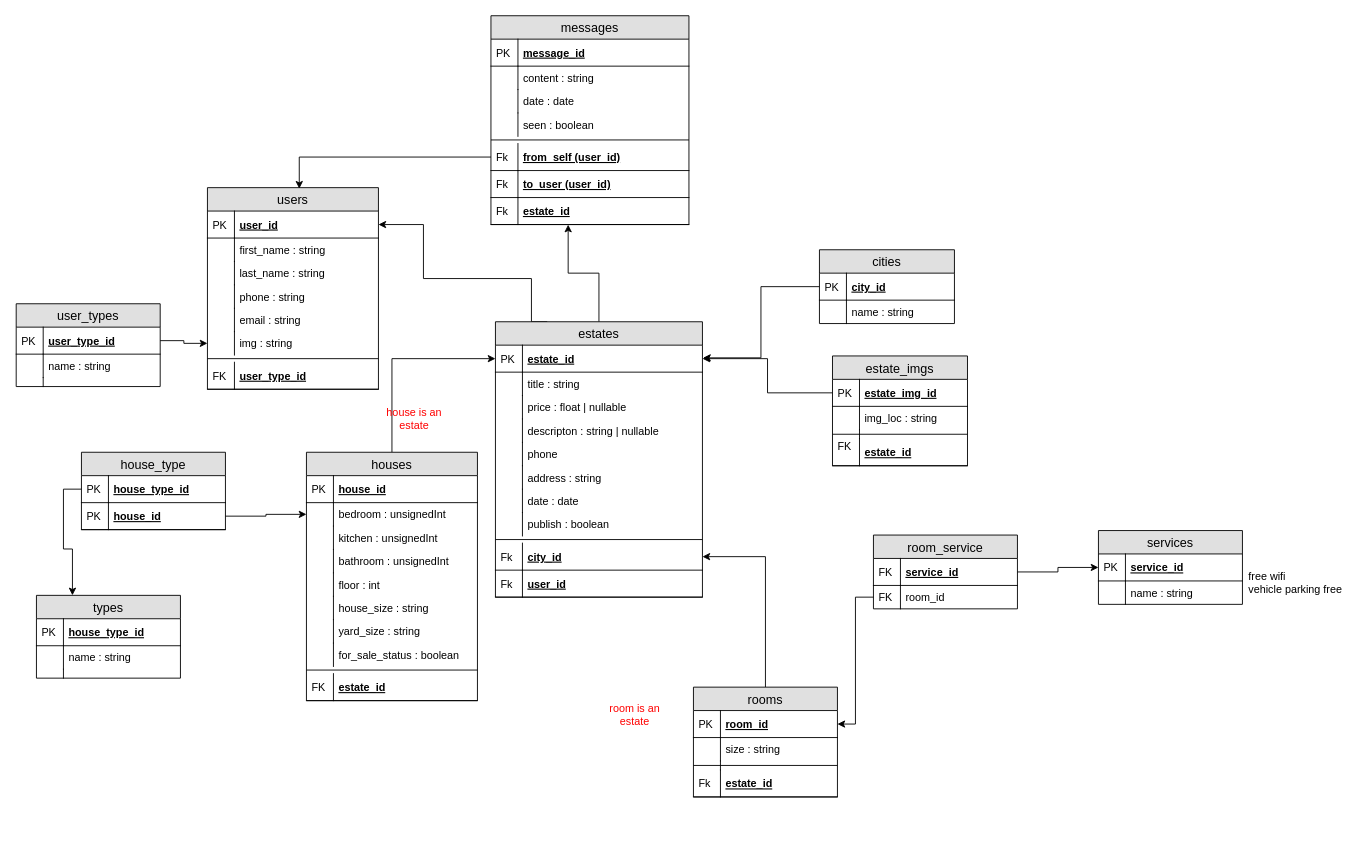
Above: page "Page-1" (1 of 2) of Database Diagram.drawio in chounry/chuol-android (draw.io), before the change. Source tidied: cells renumbered, new cells numbered last; positions are measured from the earlier drawing's top-left corner, leaving out a move shared by most shapes. Both pictures are drawn from the tidied source at 90%, with x=0, y=0 at pixel (16, 15).
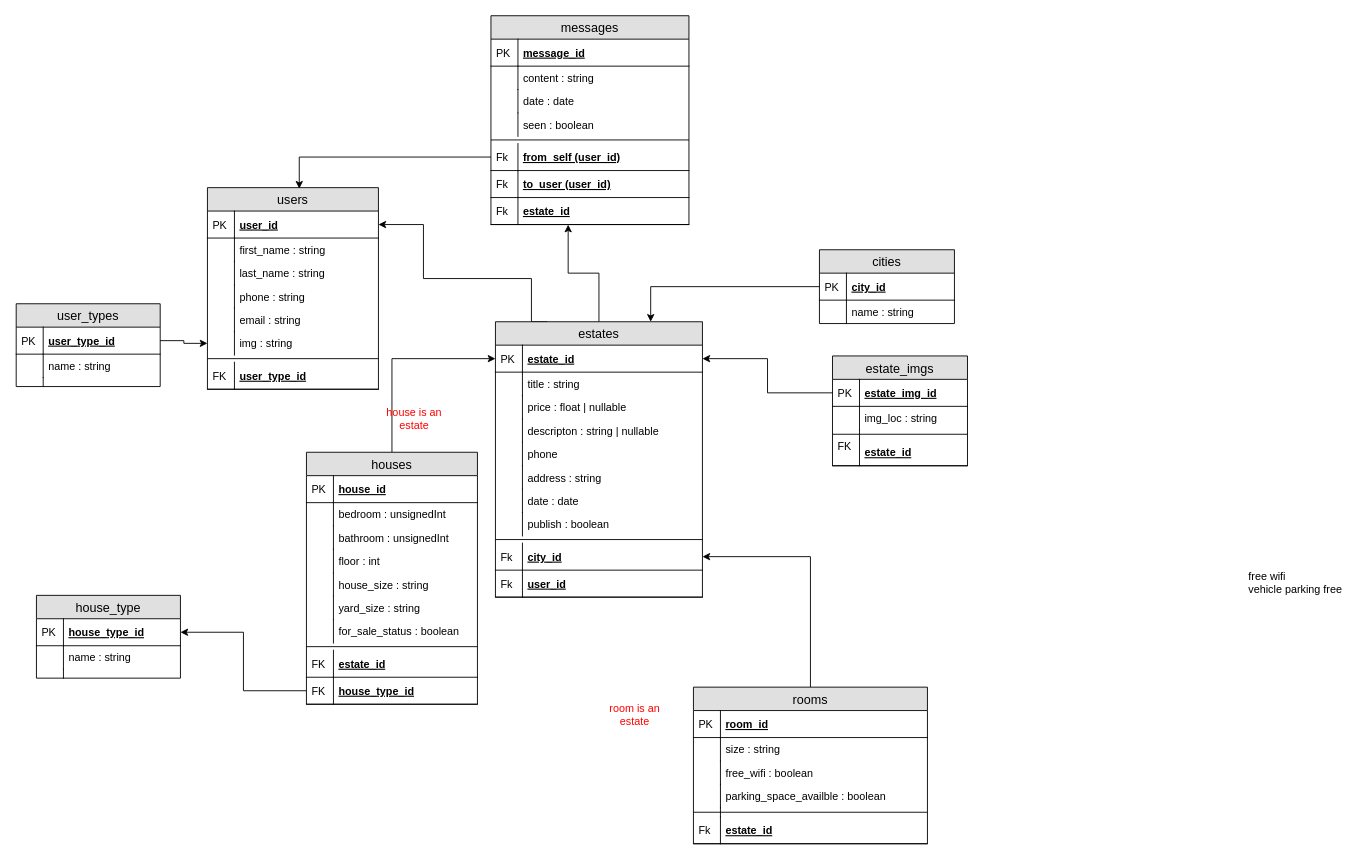
After the change.

The change refers to these unchanged cells:
```xml
<mxCell id="6" value="bedroom : unsignedInt" style="shape=partialRectangle;top=0;left=0;right=0;bottom=0;align=left;verticalAlign=top;fillColor=none;spacingLeft=34;spacingRight=4;overflow=hidden;points=[[0,0.5],[1,0.5]];portConstraint=eastwest;fontSize=12;" parent="3" vertex="1">
  <mxGeometry y="56" width="190" height="26" as="geometry" />
</mxCell>
<mxCell id="39" value="house_type_id" style="shape=partialRectangle;top=0;left=0;right=0;bottom=1;align=left;verticalAlign=middle;fillColor=none;spacingLeft=34;spacingRight=4;overflow=hidden;points=[[0,0.5],[1,0.5]];portConstraint=eastwest;fontStyle=5;fontSize=12;" parent="38" vertex="1">
  <mxGeometry y="26" width="160" height="30" as="geometry" />
</mxCell>
<mxCell id="58" value="estates" style="swimlane;fontStyle=0;horizontal=1;startSize=26;fillColor=#e0e0e0;swimlaneFillColor=#ffffff;align=center;fontSize=14;" parent="1" vertex="1">
  <mxGeometry x="532" y="340" width="230" height="306" as="geometry" />
</mxCell>
<mxCell id="99" value="city_id" style="shape=partialRectangle;top=0;left=0;right=0;bottom=1;align=left;verticalAlign=middle;fillColor=none;spacingLeft=34;spacingRight=4;overflow=hidden;points=[[0,0.5],[1,0.5]];portConstraint=eastwest;fontStyle=5;fontSize=12;" parent="98" vertex="1">
  <mxGeometry y="26" width="150" height="30" as="geometry" />
</mxCell>
```

The edit, as a diff of the source:
```diff
@@
     <mxCell id="3" value="houses" style="swimlane;fontStyle=0;horizontal=1;startSize=26;fillColor=#e0e0e0;swimlaneFillColor=#ffffff;align=center;fontSize=14;" parent="1" vertex="1">
-      <mxGeometry x="322" y="485" width="190" height="276" as="geometry" />
+      <mxGeometry x="322" y="485" width="190" height="280" as="geometry" />
     </mxCell>
@@
-    <mxCell id="8" value="kitchen : unsignedInt" style="shape=partialRectangle;top=0;left=0;right=0;bottom=0;align=left;verticalAlign=top;fillColor=none;spacingLeft=34;spacingRight=4;overflow=hidden;fontSize=12;" parent="3" vertex="1">
-      <mxGeometry y="82" width="190" height="26" as="geometry" />
-    </mxCell>
-    <mxCell id="9" style="shape=partialRectangle;top=0;left=0;bottom=0;fillColor=none;align=left;verticalAlign=top;spacingLeft=4;spacingRight=4;overflow=hidden;fontSize=12;" parent="8" vertex="1">
-      <mxGeometry width="30" height="26" as="geometry" />
-    </mxCell>
     <mxCell id="10" value="bathroom : unsignedInt" style="shape=partialRectangle;top=0;left=0;right=0;bottom=0;align=left;verticalAlign=top;fillColor=none;spacingLeft=34;spacingRight=4;overflow=hidden;fontSize=12;" parent="3" vertex="1">
-      <mxGeometry y="108" width="190" height="26" as="geometry" />
+      <mxGeometry y="82" width="190" height="26" as="geometry" />
     </mxCell>
@@
     <mxCell id="12" value="floor : int" style="shape=partialRectangle;top=0;left=0;right=0;bottom=0;align=left;verticalAlign=top;fillColor=none;spacingLeft=34;spacingRight=4;overflow=hidden;fontSize=12;" parent="3" vertex="1">
-      <mxGeometry y="134" width="190" height="26" as="geometry" />
+      <mxGeometry y="108" width="190" height="26" as="geometry" />
     </mxCell>
@@
     <mxCell id="14" value="house_size : string" style="shape=partialRectangle;top=0;left=0;right=0;bottom=0;align=left;verticalAlign=top;fillColor=none;spacingLeft=34;spacingRight=4;overflow=hidden;fontSize=12;" parent="3" vertex="1">
-      <mxGeometry y="160" width="190" height="26" as="geometry" />
+      <mxGeometry y="134" width="190" height="26" as="geometry" />
     </mxCell>
@@
     <mxCell id="16" value="yard_size : string" style="shape=partialRectangle;top=0;left=0;right=0;bottom=0;align=left;verticalAlign=top;fillColor=none;spacingLeft=34;spacingRight=4;overflow=hidden;fontSize=12;" parent="3" vertex="1">
-      <mxGeometry y="186" width="190" height="26" as="geometry" />
+      <mxGeometry y="160" width="190" height="26" as="geometry" />
     </mxCell>
@@
     <mxCell id="18" value="for_sale_status : boolean" style="shape=partialRectangle;top=0;left=0;right=0;bottom=0;align=left;verticalAlign=top;fillColor=none;spacingLeft=34;spacingRight=4;overflow=hidden;fontSize=12;" parent="3" vertex="1">
-      <mxGeometry y="212" width="190" height="26" as="geometry" />
+      <mxGeometry y="186" width="190" height="26" as="geometry" />
     </mxCell>
@@
     <mxCell id="20" style="line;strokeWidth=1;fillColor=none;align=left;verticalAlign=middle;spacingTop=-1;spacingLeft=3;spacingRight=3;labelPosition=right;fontSize=12;" parent="3" vertex="1">
-      <mxGeometry y="238" width="190" height="8" as="geometry" />
+      <mxGeometry y="212" width="190" height="8" as="geometry" />
     </mxCell>
     <mxCell id="21" value="estate_id" style="shape=partialRectangle;top=0;left=0;right=0;bottom=1;align=left;verticalAlign=middle;fillColor=none;spacingLeft=34;spacingRight=4;overflow=hidden;fontStyle=5;fontSize=12;" parent="3" vertex="1">
-      <mxGeometry y="246" width="190" height="30" as="geometry" />
+      <mxGeometry y="220" width="190" height="30" as="geometry" />
     </mxCell>
@@
+    <mxCell id="34" value="house_type_id" style="shape=partialRectangle;top=0;left=0;right=0;bottom=1;align=left;verticalAlign=middle;fillColor=none;spacingLeft=34;spacingRight=4;overflow=hidden;points=[[0,0.5],[1,0.5]];portConstraint=eastwest;fontStyle=5;fontSize=12;" parent="3" vertex="1">
+      <mxGeometry y="250" width="190" height="30" as="geometry" />
+    </mxCell>
+    <mxCell id="137" value="FK" style="shape=partialRectangle;top=0;left=0;bottom=0;fillColor=none;align=left;verticalAlign=middle;spacingLeft=4;spacingRight=4;overflow=hidden;fontSize=12;" parent="34" vertex="1">
+      <mxGeometry width="30" height="30" as="geometry" />
+    </mxCell>
@@
     <mxCell id="24" value="rooms" style="swimlane;fontStyle=0;horizontal=1;startSize=26;fillColor=#e0e0e0;swimlaneFillColor=#ffffff;align=center;fontSize=14;" parent="1" vertex="1">
-      <mxGeometry x="752" y="746" width="160" height="122" as="geometry" />
+      <mxGeometry x="752" y="746" width="260" height="174" as="geometry" />
     </mxCell>
     <mxCell id="25" value="room_id" style="shape=partialRectangle;top=0;left=0;right=0;bottom=1;align=left;verticalAlign=middle;fillColor=none;spacingLeft=34;spacingRight=4;overflow=hidden;points=[[0,0.5],[1,0.5]];portConstraint=eastwest;fontStyle=5;fontSize=12;" parent="24" vertex="1">
-      <mxGeometry y="26" width="160" height="30" as="geometry" />
+      <mxGeometry y="26" width="260" height="30" as="geometry" />
     </mxCell>
@@
     <mxCell id="27" value="size : string" style="shape=partialRectangle;top=0;left=0;right=0;bottom=0;align=left;verticalAlign=top;fillColor=none;spacingLeft=34;spacingRight=4;overflow=hidden;fontSize=12;" parent="24" vertex="1">
-      <mxGeometry y="56" width="160" height="26" as="geometry" />
+      <mxGeometry y="56" width="260" height="26" as="geometry" />
     </mxCell>
@@
+    <mxCell id="144" value="free_wifi : boolean" style="shape=partialRectangle;top=0;left=0;right=0;bottom=0;align=left;verticalAlign=top;fillColor=none;spacingLeft=34;spacingRight=4;overflow=hidden;fontSize=12;" parent="24" vertex="1">
+      <mxGeometry y="82" width="260" height="26" as="geometry" />
+    </mxCell>
+    <mxCell id="145" style="shape=partialRectangle;top=0;left=0;bottom=0;fillColor=none;align=left;verticalAlign=top;spacingLeft=4;spacingRight=4;overflow=hidden;fontSize=12;" parent="144" vertex="1">
+      <mxGeometry width="30" height="26" as="geometry" />
+    </mxCell>
+    <mxCell id="146" value="parking_space_availble : boolean" style="shape=partialRectangle;top=0;left=0;right=0;bottom=0;align=left;verticalAlign=top;fillColor=none;spacingLeft=34;spacingRight=4;overflow=hidden;fontSize=12;" parent="24" vertex="1">
+      <mxGeometry y="108" width="260" height="26" as="geometry" />
+    </mxCell>
+    <mxCell id="147" style="shape=partialRectangle;top=0;left=0;bottom=0;fillColor=none;align=left;verticalAlign=top;spacingLeft=4;spacingRight=4;overflow=hidden;fontSize=12;" parent="146" vertex="1">
+      <mxGeometry width="30" height="26" as="geometry" />
+    </mxCell>
     <mxCell id="29" style="line;strokeWidth=1;fillColor=none;align=left;verticalAlign=middle;spacingTop=-1;spacingLeft=3;spacingRight=3;labelPosition=right;fontSize=12;fontFamily=Helvetica;fontColor=#000000;strokeColor=#000000;" parent="24" vertex="1">
-      <mxGeometry y="82" width="160" height="10" as="geometry" />
+      <mxGeometry y="134" width="260" height="10" as="geometry" />
     </mxCell>
@@
     <mxCell id="31" value="estate_id" style="shape=partialRectangle;top=0;left=0;right=0;bottom=1;align=left;verticalAlign=middle;fillColor=none;spacingLeft=34;spacingRight=4;overflow=hidden;fontStyle=5;fontSize=12;" parent="24" vertex="1">
-      <mxGeometry y="92" width="160" height="30" as="geometry" />
+      <mxGeometry y="144" width="260" height="30" as="geometry" />
     </mxCell>
@@
-    <mxCell id="33" value="house_type" style="swimlane;fontStyle=0;horizontal=1;startSize=26;fillColor=#e0e0e0;swimlaneFillColor=#ffffff;align=center;fontSize=14;" parent="1" vertex="1">
-      <mxGeometry x="72" y="485" width="160" height="86" as="geometry" />
-    </mxCell>
-    <mxCell id="34" value="house_type_id" style="shape=partialRectangle;top=0;left=0;right=0;bottom=1;align=left;verticalAlign=middle;fillColor=none;spacingLeft=34;spacingRight=4;overflow=hidden;points=[[0,0.5],[1,0.5]];portConstraint=eastwest;fontStyle=5;fontSize=12;" parent="33" vertex="1">
-      <mxGeometry y="26" width="160" height="30" as="geometry" />
-    </mxCell>
-    <mxCell id="35" value="PK" style="shape=partialRectangle;top=0;left=0;bottom=0;fillColor=none;align=left;verticalAlign=middle;spacingLeft=4;spacingRight=4;overflow=hidden;fontSize=12;" parent="34" vertex="1">
-      <mxGeometry width="30" height="30" as="geometry" />
-    </mxCell>
-    <mxCell id="36" value="house_id" style="shape=partialRectangle;top=0;left=0;right=0;bottom=1;align=left;verticalAlign=middle;fillColor=none;spacingLeft=34;spacingRight=4;overflow=hidden;points=[[0,0.5],[1,0.5]];portConstraint=eastwest;fontStyle=5;fontSize=12;" parent="33" vertex="1">
-      <mxGeometry y="56" width="160" height="30" as="geometry" />
-    </mxCell>
-    <mxCell id="37" value="PK" style="shape=partialRectangle;top=0;left=0;bottom=0;fillColor=none;align=left;verticalAlign=middle;spacingLeft=4;spacingRight=4;overflow=hidden;fontSize=12;" parent="36" vertex="1">
-      <mxGeometry width="30" height="30" as="geometry" />
-    </mxCell>
-    <mxCell id="38" value="types" style="swimlane;fontStyle=0;horizontal=1;startSize=26;fillColor=#e0e0e0;swimlaneFillColor=#ffffff;align=center;fontSize=14;" parent="1" vertex="1">
+    <mxCell id="38" value="house_type" style="swimlane;fontStyle=0;horizontal=1;startSize=26;fillColor=#e0e0e0;swimlaneFillColor=#ffffff;align=center;fontSize=14;" parent="1" vertex="1">
       <mxGeometry x="22" y="644" width="160" height="92" as="geometry" />
     </mxCell>
@@
-    <mxCell id="54" style="edgeStyle=orthogonalEdgeStyle;rounded=0;jettySize=auto;html=1;exitX=0;exitY=0.5;exitDx=0;exitDy=0;entryX=0.25;entryY=0;entryDx=0;entryDy=0;" parent="1" edge="1" source="34" target="38">
-      <mxGeometry relative="1" as="geometry" />
-    </mxCell>
-    <mxCell id="55" style="edgeStyle=orthogonalEdgeStyle;rounded=0;jettySize=auto;html=1;exitX=1;exitY=0.5;exitDx=0;exitDy=0;entryX=0;entryY=0.5;entryDx=0;entryDy=0;" parent="1" edge="1" source="36" target="6">
-      <mxGeometry relative="1" as="geometry" />
-    </mxCell>
@@
-    <mxCell id="103" style="edgeStyle=orthogonalEdgeStyle;rounded=0;jettySize=auto;html=1;exitX=0;exitY=0.5;exitDx=0;exitDy=0;entryX=1.003;entryY=0.131;entryDx=0;entryDy=0;entryPerimeter=0;" parent="1" edge="1" source="99" target="58">
+    <mxCell id="103" style="edgeStyle=orthogonalEdgeStyle;rounded=0;jettySize=auto;html=1;exitX=0;exitY=0.5;exitDx=0;exitDy=0;entryX=0.75;entryY=0;entryDx=0;entryDy=0;" parent="1" edge="1" source="99" target="58">
       <mxGeometry relative="1" as="geometry" />
     </mxCell>
@@
-    <mxCell id="130" value="services" style="swimlane;fontStyle=0;horizontal=1;startSize=26;fillColor=#e0e0e0;swimlaneFillColor=#ffffff;align=center;fontSize=14;" parent="1" vertex="1">
-      <mxGeometry x="1202" y="572" width="160" height="82" as="geometry" />
-    </mxCell>
-    <mxCell id="131" value="service_id" style="shape=partialRectangle;top=0;left=0;right=0;bottom=1;align=left;verticalAlign=middle;fillColor=none;spacingLeft=34;spacingRight=4;overflow=hidden;points=[[0,0.5],[1,0.5]];portConstraint=eastwest;fontStyle=5;fontSize=12;" parent="130" vertex="1">
-      <mxGeometry y="26" width="160" height="30" as="geometry" />
-    </mxCell>
-    <mxCell id="132" value="PK" style="shape=partialRectangle;top=0;left=0;bottom=0;fillColor=none;align=left;verticalAlign=middle;spacingLeft=4;spacingRight=4;overflow=hidden;fontSize=12;" parent="131" vertex="1">
-      <mxGeometry width="30" height="30" as="geometry" />
-    </mxCell>
-    <mxCell id="133" value="name : string" style="shape=partialRectangle;top=0;left=0;right=0;bottom=0;align=left;verticalAlign=top;fillColor=none;spacingLeft=34;spacingRight=4;overflow=hidden;fontSize=12;" parent="130" vertex="1">
-      <mxGeometry y="56" width="160" height="26" as="geometry" />
-    </mxCell>
-    <mxCell id="134" style="shape=partialRectangle;top=0;left=0;bottom=0;fillColor=none;align=left;verticalAlign=top;spacingLeft=4;spacingRight=4;overflow=hidden;fontSize=12;" parent="133" vertex="1">
-      <mxGeometry width="30" height="26" as="geometry" />
-    </mxCell>
-    <mxCell id="135" value="room_service" style="swimlane;fontStyle=0;horizontal=1;startSize=26;fillColor=#e0e0e0;swimlaneFillColor=#ffffff;align=center;fontSize=14;" parent="1" vertex="1">
-      <mxGeometry x="952" y="577" width="160" height="82" as="geometry" />
-    </mxCell>
-    <mxCell id="136" value="service_id" style="shape=partialRectangle;top=0;left=0;right=0;bottom=1;align=left;verticalAlign=middle;fillColor=none;spacingLeft=34;spacingRight=4;overflow=hidden;points=[[0,0.5],[1,0.5]];portConstraint=eastwest;fontStyle=5;fontSize=12;" parent="135" vertex="1">
-      <mxGeometry y="26" width="160" height="30" as="geometry" />
-    </mxCell>
-    <mxCell id="137" value="FK" style="shape=partialRectangle;top=0;left=0;bottom=0;fillColor=none;align=left;verticalAlign=middle;spacingLeft=4;spacingRight=4;overflow=hidden;fontSize=12;" parent="136" vertex="1">
-      <mxGeometry width="30" height="30" as="geometry" />
-    </mxCell>
-    <mxCell id="138" value="room_id" style="shape=partialRectangle;top=0;left=0;right=0;bottom=0;align=left;verticalAlign=top;fillColor=none;spacingLeft=34;spacingRight=4;overflow=hidden;points=[[0,0.5],[1,0.5]];portConstraint=eastwest;fontSize=12;" parent="135" vertex="1">
-      <mxGeometry y="56" width="160" height="26" as="geometry" />
-    </mxCell>
-    <mxCell id="139" value="FK" style="shape=partialRectangle;top=0;left=0;bottom=0;fillColor=none;align=left;verticalAlign=top;spacingLeft=4;spacingRight=4;overflow=hidden;fontSize=12;" parent="138" vertex="1">
-      <mxGeometry width="30" height="26" as="geometry" />
-    </mxCell>
-    <mxCell id="140" style="edgeStyle=orthogonalEdgeStyle;rounded=0;jettySize=auto;html=1;exitX=1;exitY=0.5;exitDx=0;exitDy=0;entryX=0;entryY=0.5;entryDx=0;entryDy=0;" parent="1" edge="1" source="136" target="131">
-      <mxGeometry relative="1" as="geometry" />
-    </mxCell>
-    <mxCell id="141" style="edgeStyle=orthogonalEdgeStyle;rounded=0;jettySize=auto;html=1;exitX=0;exitY=0.5;exitDx=0;exitDy=0;entryX=1;entryY=0.5;entryDx=0;entryDy=0;" parent="1" edge="1" source="138" target="25">
-      <mxGeometry relative="1" as="geometry" />
-    </mxCell>
@@
+    <mxCell id="148" style="edgeStyle=orthogonalEdgeStyle;rounded=0;jettySize=auto;html=1;exitX=0;exitY=0.5;exitDx=0;exitDy=0;entryX=1;entryY=0.5;entryDx=0;entryDy=0;" parent="1" edge="1" source="34" target="39">
+      <mxGeometry relative="1" as="geometry" />
+    </mxCell>
```
